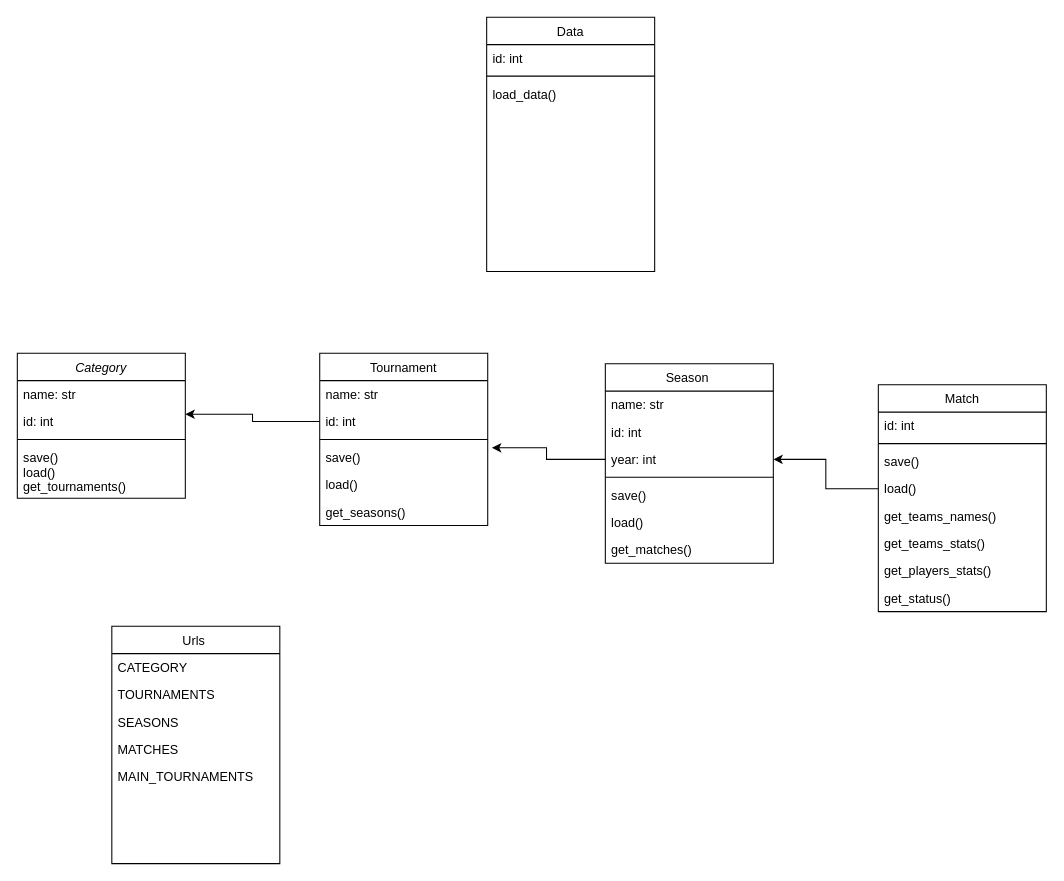
Earlier version of the draw.io diagram sofascrap.drawio (KauanHK/diagramas). Source tidied: cells renumbered, new cells numbered last; positions are measured from the earlier drawing's top-left corner, leaving out a move shared by most shapes. Both pictures are drawn from the tidied source at 105%, with x=0, y=0 at pixel (17, 17).
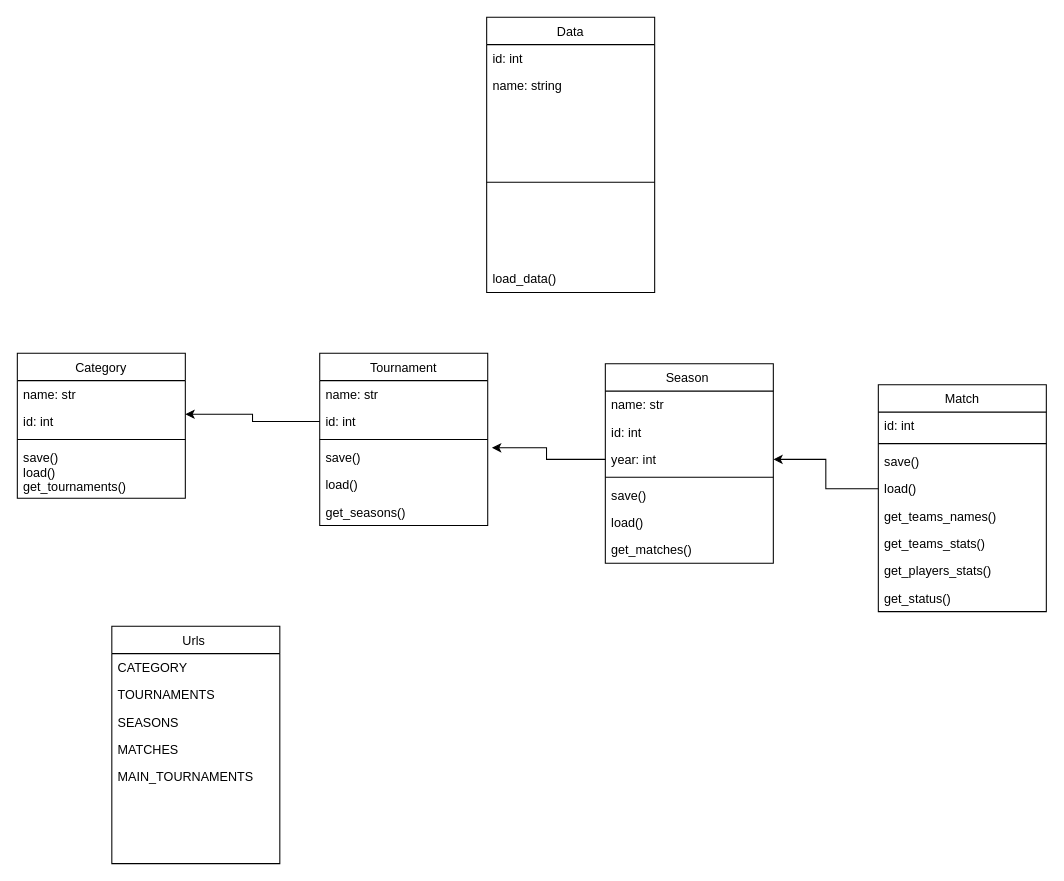
Above is the later version.

Change to the diagram source:
```diff
@@
-    <mxCell id="2" value="Category" style="swimlane;fontStyle=2;align=center;verticalAlign=top;horizontal=1;startSize=26;rounded=0;shadow=0;strokeWidth=1;" parent="1" vertex="1">
+    <mxCell id="2" value="Category" style="swimlane;fontStyle=0;align=center;verticalAlign=top;horizontal=1;startSize=26;rounded=0;shadow=0;strokeWidth=1;" parent="1" vertex="1">
       <mxGeometry y="320" width="160" height="138" as="geometry" />
     </mxCell>
@@
     <mxCell id="40" value="Data" style="swimlane;fontStyle=0;align=center;verticalAlign=top;horizontal=1;startSize=26;rounded=0;shadow=0;strokeWidth=1;" parent="1" vertex="1">
-      <mxGeometry x="447" width="160" height="242" as="geometry" />
+      <mxGeometry x="447" width="160" height="262" as="geometry" />
     </mxCell>
@@
+    <mxCell id="44" value="name: string" style="text;align=left;verticalAlign=top;spacingLeft=4;spacingRight=4;overflow=hidden;rounded=0;shadow=0;html=0;" parent="40" vertex="1">
+      <mxGeometry y="52" width="160" height="26" as="geometry" />
+    </mxCell>
     <mxCell id="42" style="line;html=1;strokeWidth=1;align=left;verticalAlign=middle;spacingTop=-1;spacingLeft=3;spacingRight=3;labelPosition=right;" parent="40" vertex="1">
-      <mxGeometry y="52" width="160" height="8" as="geometry" />
+      <mxGeometry y="78" width="160" height="158" as="geometry" />
     </mxCell>
     <mxCell id="43" value="load_data()" style="text;align=left;verticalAlign=top;spacingLeft=4;spacingRight=4;overflow=hidden;rounded=0;shadow=0;html=0;" parent="40" vertex="1">
-      <mxGeometry y="60" width="160" height="26" as="geometry" />
+      <mxGeometry y="236" width="160" height="26" as="geometry" />
     </mxCell>
```
